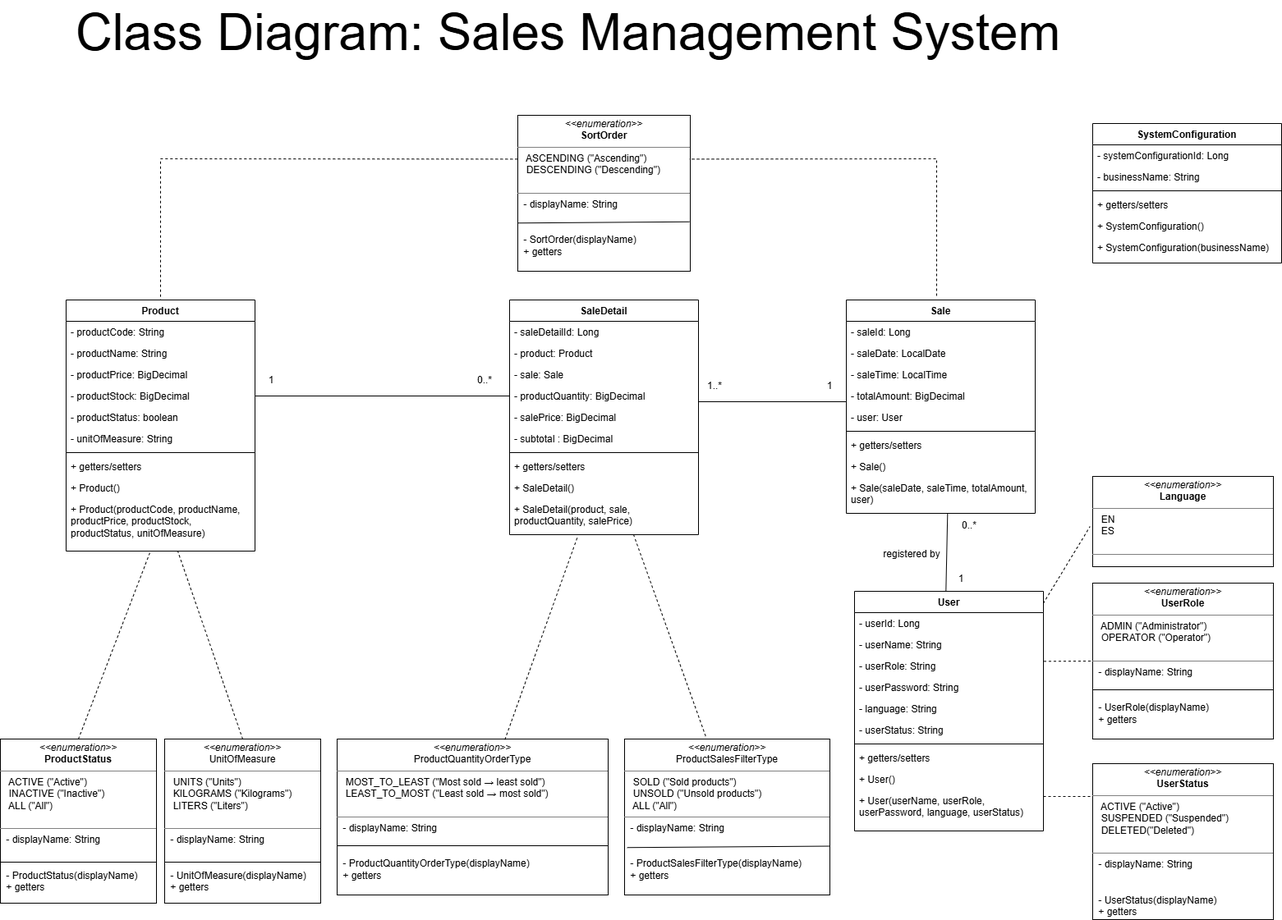
Marcos556149/sales-management-system keeps this draw.io diagram as docs/diagrams/Class_Diagram.png. Above is the earlier version. Source tidied: cells renumbered, new cells last; positions are measured from the earlier drawing's top-left corner, leaving out a move shared by most shapes.
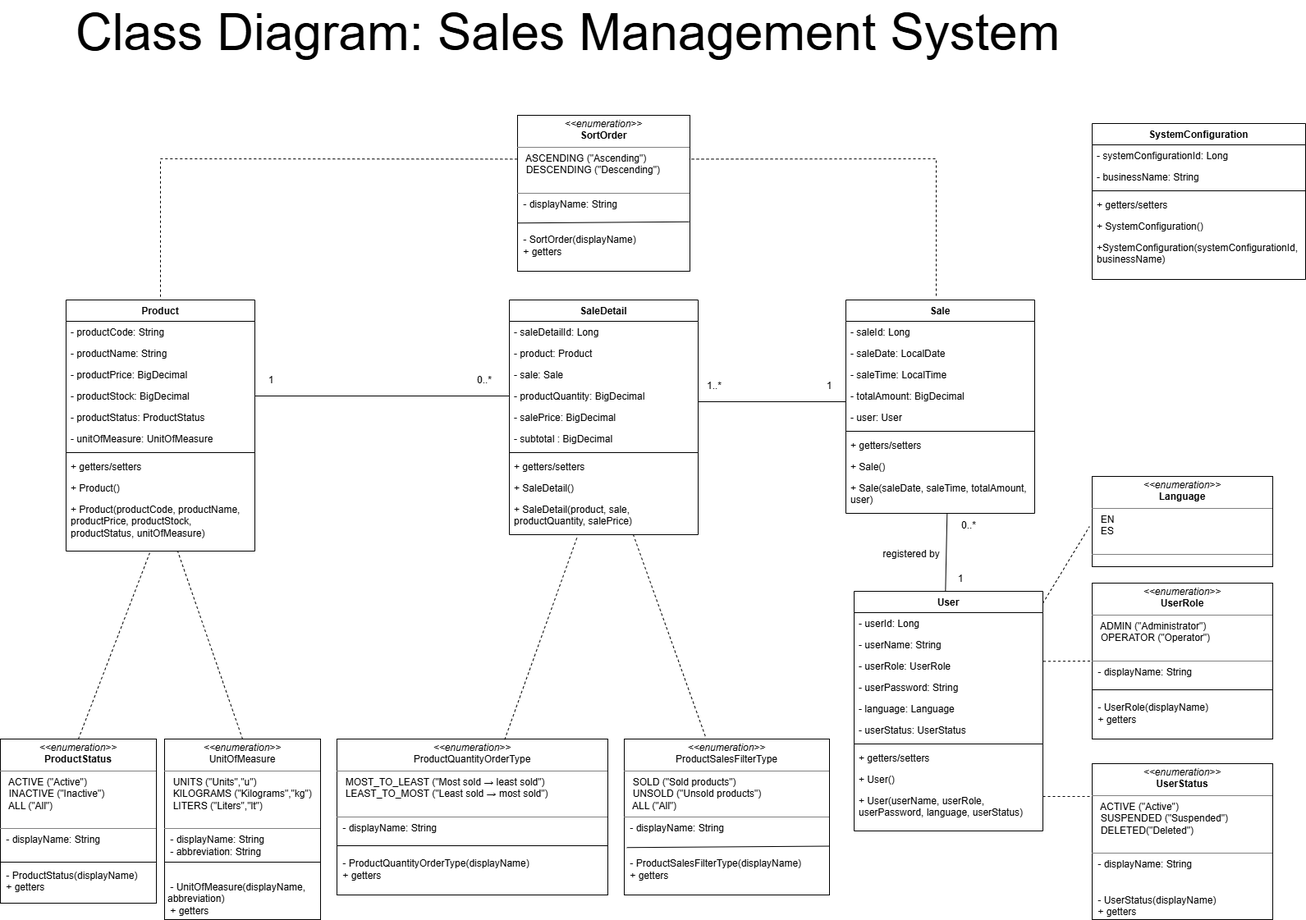
Above is the later version.

Commit message:
docs: update class diagram to reflect enum attributes for Product and User

The edit, as a diff of the source:
```diff
@@ -17,10 +17,10 @@
     <mxCell id="6" value="- productStock: BigDecimal" style="text;strokeColor=none;fillColor=none;align=left;verticalAlign=top;spacingLeft=4;spacingRight=4;overflow=hidden;whiteSpace=wrap;html=1;" parent="2" vertex="1">
       <mxGeometry y="104" width="230" height="26" as="geometry" />
     </mxCell>
-    <mxCell id="7" value="- productStatus: boolean" style="text;strokeColor=none;fillColor=none;align=left;verticalAlign=top;spacingLeft=4;spacingRight=4;overflow=hidden;whiteSpace=wrap;html=1;" parent="2" vertex="1">
+    <mxCell id="7" value="- productStatus: ProductStatus" style="text;strokeColor=none;fillColor=none;align=left;verticalAlign=top;spacingLeft=4;spacingRight=4;overflow=hidden;whiteSpace=wrap;html=1;" parent="2" vertex="1">
       <mxGeometry y="130" width="230" height="26" as="geometry" />
     </mxCell>
-    <mxCell id="8" value="- unitOfMeasure: String" style="text;strokeColor=none;fillColor=none;align=left;verticalAlign=top;spacingLeft=4;spacingRight=4;overflow=hidden;whiteSpace=wrap;html=1;" parent="2" vertex="1">
+    <mxCell id="8" value="- unitOfMeasure: UnitOfMeasure" style="text;strokeColor=none;fillColor=none;align=left;verticalAlign=top;spacingLeft=4;spacingRight=4;overflow=hidden;whiteSpace=wrap;html=1;" parent="2" vertex="1">
       <mxGeometry y="156" width="230" height="26" as="geometry" />
     </mxCell>
     <mxCell id="9" style="line;strokeWidth=1;fillColor=none;align=left;verticalAlign=middle;spacingTop=-1;spacingLeft=3;spacingRight=3;labelPosition=right;strokeColor=inherit;" parent="2" vertex="1">
@@ -107,16 +107,16 @@
     <mxCell id="36" value="- userName: String" style="text;strokeColor=none;fillColor=none;align=left;verticalAlign=top;spacingLeft=4;spacingRight=4;overflow=hidden;whiteSpace=wrap;html=1;" parent="34" vertex="1">
       <mxGeometry y="52" width="230" height="26" as="geometry" />
     </mxCell>
-    <mxCell id="37" value="- userRole: String" style="text;strokeColor=none;fillColor=none;align=left;verticalAlign=top;spacingLeft=4;spacingRight=4;overflow=hidden;points=[[0,0.5],[1,0.5]];portConstraint=eastwest;whiteSpace=wrap;html=1;" parent="34" vertex="1">
+    <mxCell id="37" value="- userRole: UserRole" style="text;strokeColor=none;fillColor=none;align=left;verticalAlign=top;spacingLeft=4;spacingRight=4;overflow=hidden;points=[[0,0.5],[1,0.5]];portConstraint=eastwest;whiteSpace=wrap;html=1;" parent="34" vertex="1">
       <mxGeometry y="78" width="230" height="26" as="geometry" />
     </mxCell>
     <mxCell id="38" value="- userPassword: String" style="text;strokeColor=none;fillColor=none;align=left;verticalAlign=top;spacingLeft=4;spacingRight=4;overflow=hidden;whiteSpace=wrap;html=1;" parent="34" vertex="1">
       <mxGeometry y="104" width="230" height="26" as="geometry" />
     </mxCell>
-    <mxCell id="39" value="- language: String" style="text;strokeColor=none;fillColor=none;align=left;verticalAlign=top;spacingLeft=4;spacingRight=4;overflow=hidden;whiteSpace=wrap;html=1;" parent="34" vertex="1">
+    <mxCell id="39" value="- language: Language" style="text;strokeColor=none;fillColor=none;align=left;verticalAlign=top;spacingLeft=4;spacingRight=4;overflow=hidden;whiteSpace=wrap;html=1;" parent="34" vertex="1">
       <mxGeometry y="130" width="230" height="26" as="geometry" />
     </mxCell>
-    <mxCell id="40" value="- userStatus: String" style="text;strokeColor=none;fillColor=none;align=left;verticalAlign=top;spacingLeft=4;spacingRight=4;overflow=hidden;whiteSpace=wrap;html=1;" parent="34" vertex="1">
+    <mxCell id="40" value="- userStatus: UserStatus" style="text;strokeColor=none;fillColor=none;align=left;verticalAlign=top;spacingLeft=4;spacingRight=4;overflow=hidden;whiteSpace=wrap;html=1;" parent="34" vertex="1">
       <mxGeometry y="156" width="230" height="26" as="geometry" />
     </mxCell>
     <mxCell id="41" style="line;strokeWidth=1;fillColor=none;align=left;verticalAlign=middle;spacingTop=-1;spacingLeft=3;spacingRight=3;labelPosition=right;strokeColor=inherit;" parent="34" vertex="1">
@@ -194,8 +194,8 @@
     <mxCell id="62" value="&lt;font style=&quot;font-size: 62px;&quot;&gt;Class Diagram: Sales Management System&lt;/font&gt;" style="text;html=1;whiteSpace=wrap;strokeColor=none;fillColor=none;align=left;verticalAlign=middle;rounded=0;strokeWidth=1;fontSize=59;" parent="1" vertex="1">
       <mxGeometry x="90" width="1300" height="80" as="geometry" />
     </mxCell>
-    <mxCell id="63" value="&lt;p style=&quot;margin:0px;margin-top:4px;text-align:center;&quot;&gt;&lt;i&gt;&amp;lt;&amp;lt;enumeration&amp;gt;&amp;gt;&lt;/i&gt;&lt;br&gt;UnitOfMeasure&lt;/p&gt;&lt;hr size=&quot;1&quot; style=&quot;border-style:solid;&quot;&gt;&lt;p style=&quot;margin:0px;margin-left:4px;&quot;&gt;&amp;nbsp; UNITS (&quot;Units&quot;)&lt;br&gt;&amp;nbsp; KILOGRAMS&amp;nbsp;(&quot;Kilograms&quot;)&lt;/p&gt;&lt;p style=&quot;margin:0px;margin-left:4px;&quot;&gt;&amp;nbsp; LITERS (&quot;Liters&quot;)&lt;/p&gt;&lt;p style=&quot;margin:0px;margin-left:4px;&quot;&gt;&lt;br&gt;&lt;/p&gt;&lt;hr size=&quot;1&quot; style=&quot;border-style:solid;&quot;&gt;&lt;p style=&quot;margin:0px;margin-left:4px;&quot;&gt;&amp;nbsp;- displayName: String&lt;/p&gt;&lt;p style=&quot;margin:0px;margin-left:4px;&quot;&gt;&lt;br&gt;&lt;/p&gt;&lt;p style=&quot;margin:0px;margin-left:4px;&quot;&gt;&lt;br&gt;&lt;/p&gt;&lt;p style=&quot;margin: 0px 0px 0px 4px;&quot;&gt;&amp;nbsp;- UnitOfMeasure(displayName)&lt;/p&gt;&lt;p style=&quot;margin: 0px 0px 0px 4px;&quot;&gt;&lt;span style=&quot;background-color: transparent; color: light-dark(rgb(0, 0, 0), rgb(255, 255, 255));&quot;&gt;&amp;nbsp;+ getters&lt;/span&gt;&lt;/p&gt;" style="verticalAlign=top;align=left;overflow=fill;html=1;whiteSpace=wrap;" parent="1" vertex="1">
-      <mxGeometry x="200" y="900" width="190" height="200" as="geometry" />
+    <mxCell id="63" value="&lt;p style=&quot;margin:0px;margin-top:4px;text-align:center;&quot;&gt;&lt;i&gt;&amp;lt;&amp;lt;enumeration&amp;gt;&amp;gt;&lt;/i&gt;&lt;br&gt;UnitOfMeasure&lt;/p&gt;&lt;hr size=&quot;1&quot; style=&quot;border-style:solid;&quot;&gt;&lt;p style=&quot;margin:0px;margin-left:4px;&quot;&gt;&amp;nbsp; UNITS (&quot;Units&quot;,&quot;u&quot;)&lt;br&gt;&amp;nbsp; KILOGRAMS&amp;nbsp;(&quot;Kilograms&quot;,&quot;kg&quot;)&lt;/p&gt;&lt;p style=&quot;margin:0px;margin-left:4px;&quot;&gt;&amp;nbsp; LITERS (&quot;Liters&quot;,&quot;lt&quot;)&lt;/p&gt;&lt;p style=&quot;margin:0px;margin-left:4px;&quot;&gt;&lt;br&gt;&lt;/p&gt;&lt;hr size=&quot;1&quot; style=&quot;border-style:solid;&quot;&gt;&lt;p style=&quot;margin:0px;margin-left:4px;&quot;&gt;&amp;nbsp;- displayName: String&lt;/p&gt;&lt;p style=&quot;margin:0px;margin-left:4px;&quot;&gt;&amp;nbsp;- abbreviation: String&lt;/p&gt;&lt;p style=&quot;margin:0px;margin-left:4px;&quot;&gt;&lt;br&gt;&lt;/p&gt;&lt;p style=&quot;margin:0px;margin-left:4px;&quot;&gt;&lt;br&gt;&lt;/p&gt;&lt;p style=&quot;margin: 0px 0px 0px 4px;&quot;&gt;&amp;nbsp;- UnitOfMeasure(displayName, abbreviation)&lt;/p&gt;&lt;p style=&quot;margin: 0px 0px 0px 4px;&quot;&gt;&lt;span style=&quot;background-color: transparent; color: light-dark(rgb(0, 0, 0), rgb(255, 255, 255));&quot;&gt;&amp;nbsp;+ getters&lt;/span&gt;&lt;/p&gt;" style="verticalAlign=top;align=left;overflow=fill;html=1;whiteSpace=wrap;" parent="1" vertex="1">
+      <mxGeometry x="200" y="900" width="190" height="220" as="geometry" />
     </mxCell>
     <mxCell id="64" style="endArrow=none;html=1;rounded=0;exitX=0.5;exitY=0;exitDx=0;exitDy=0;dashed=1;entryX=0.591;entryY=1;entryDx=0;entryDy=0;entryPerimeter=0;" parent="1" edge="1" source="63" target="12">
       <mxGeometry relative="1" as="geometry" />
@@ -251,25 +251,25 @@
       <mxGeometry relative="1" as="geometry" />
     </mxCell>
     <mxCell id="77" value="SystemConfiguration" style="swimlane;fontStyle=1;align=center;verticalAlign=top;horizontal=1;startSize=26;whiteSpace=wrap;html=1;" parent="1" vertex="1">
-      <mxGeometry x="1330" y="150" width="230" height="170" as="geometry" />
+      <mxGeometry x="1330" y="150" width="260" height="190" as="geometry" />
     </mxCell>
     <mxCell id="78" value="- systemConfigurationId: Long" style="text;strokeColor=none;fillColor=none;align=left;verticalAlign=top;spacingLeft=4;spacingRight=4;overflow=hidden;whiteSpace=wrap;html=1;" parent="77" vertex="1">
-      <mxGeometry y="26" width="230" height="26" as="geometry" />
+      <mxGeometry y="26" width="260" height="26" as="geometry" />
     </mxCell>
     <mxCell id="79" value="- businessName: String" style="text;strokeColor=none;fillColor=none;align=left;verticalAlign=top;spacingLeft=4;spacingRight=4;overflow=hidden;whiteSpace=wrap;html=1;" parent="77" vertex="1">
-      <mxGeometry y="52" width="230" height="26" as="geometry" />
+      <mxGeometry y="52" width="260" height="26" as="geometry" />
     </mxCell>
     <mxCell id="80" style="line;strokeWidth=1;fillColor=none;align=left;verticalAlign=middle;spacingTop=-1;spacingLeft=3;spacingRight=3;labelPosition=right;strokeColor=inherit;" parent="77" vertex="1">
-      <mxGeometry y="78" width="230" height="8" as="geometry" />
+      <mxGeometry y="78" width="260" height="8" as="geometry" />
     </mxCell>
     <mxCell id="81" value="+ getters/setters" style="text;strokeColor=none;fillColor=none;align=left;verticalAlign=top;spacingLeft=4;spacingRight=4;overflow=hidden;whiteSpace=wrap;html=1;" parent="77" vertex="1">
-      <mxGeometry y="86" width="230" height="26" as="geometry" />
+      <mxGeometry y="86" width="260" height="26" as="geometry" />
     </mxCell>
     <mxCell id="82" value="+ SystemConfiguration()" style="text;strokeColor=none;fillColor=none;align=left;verticalAlign=top;spacingLeft=4;spacingRight=4;overflow=hidden;whiteSpace=wrap;html=1;" parent="77" vertex="1">
-      <mxGeometry y="112" width="230" height="26" as="geometry" />
+      <mxGeometry y="112" width="260" height="26" as="geometry" />
     </mxCell>
-    <mxCell id="83" value="+ SystemConfiguration(businessName)" style="text;strokeColor=none;fillColor=none;align=left;verticalAlign=top;spacingLeft=4;spacingRight=4;overflow=hidden;whiteSpace=wrap;html=1;" parent="77" vertex="1">
-      <mxGeometry y="138" width="230" height="32" as="geometry" />
+    <mxCell id="83" value="+SystemConfiguration(systemConfigurationId, businessName)" style="text;strokeColor=none;fillColor=none;align=left;verticalAlign=top;spacingLeft=4;spacingRight=4;overflow=hidden;whiteSpace=wrap;html=1;" parent="77" vertex="1">
+      <mxGeometry y="138" width="260" height="52" as="geometry" />
     </mxCell>
     <mxCell id="84" value="&lt;p style=&quot;margin:0px;margin-top:4px;text-align:center;&quot;&gt;&lt;i&gt;&amp;lt;&amp;lt;enumeration&amp;gt;&amp;gt;&lt;/i&gt;&lt;br&gt;&lt;b&gt;UserStatus&lt;/b&gt;&lt;/p&gt;&lt;hr size=&quot;1&quot; style=&quot;border-style:solid;&quot;&gt;&lt;p style=&quot;margin:0px;margin-left:4px;&quot;&gt;&amp;nbsp; ACTIVE (&quot;Active&quot;)&lt;/p&gt;&lt;p style=&quot;margin:0px;margin-left:4px;&quot;&gt;&amp;nbsp; SUSPENDED (&quot;Suspended&quot;)&lt;/p&gt;&lt;p style=&quot;margin:0px;margin-left:4px;&quot;&gt;&amp;nbsp; DELETED(&quot;Deleted&quot;)&lt;/p&gt;&lt;p style=&quot;margin:0px;margin-left:4px;&quot;&gt;&lt;br&gt;&lt;/p&gt;&lt;hr size=&quot;1&quot; style=&quot;border-style:solid;&quot;&gt;&lt;p style=&quot;margin: 0px 0px 0px 4px;&quot;&gt;&amp;nbsp;- displayName: String&lt;/p&gt;&lt;p style=&quot;margin: 0px 0px 0px 4px;&quot;&gt;&lt;br&gt;&lt;/p&gt;&lt;p style=&quot;margin: 0px 0px 0px 4px;&quot;&gt;&lt;br&gt;&lt;/p&gt;&lt;p style=&quot;margin: 0px 0px 0px 4px;&quot;&gt;&amp;nbsp;- UserStatus(displayName)&lt;/p&gt;&lt;p style=&quot;margin: 0px 0px 0px 4px;&quot;&gt;&lt;span style=&quot;background-color: transparent; color: light-dark(rgb(0, 0, 0), rgb(255, 255, 255));&quot;&gt;&amp;nbsp;+ getters&lt;/span&gt;&lt;/p&gt;" style="verticalAlign=top;align=left;overflow=fill;html=1;whiteSpace=wrap;" parent="1" vertex="1">
       <mxGeometry x="1330" y="930" width="220" height="190" as="geometry" />
```
